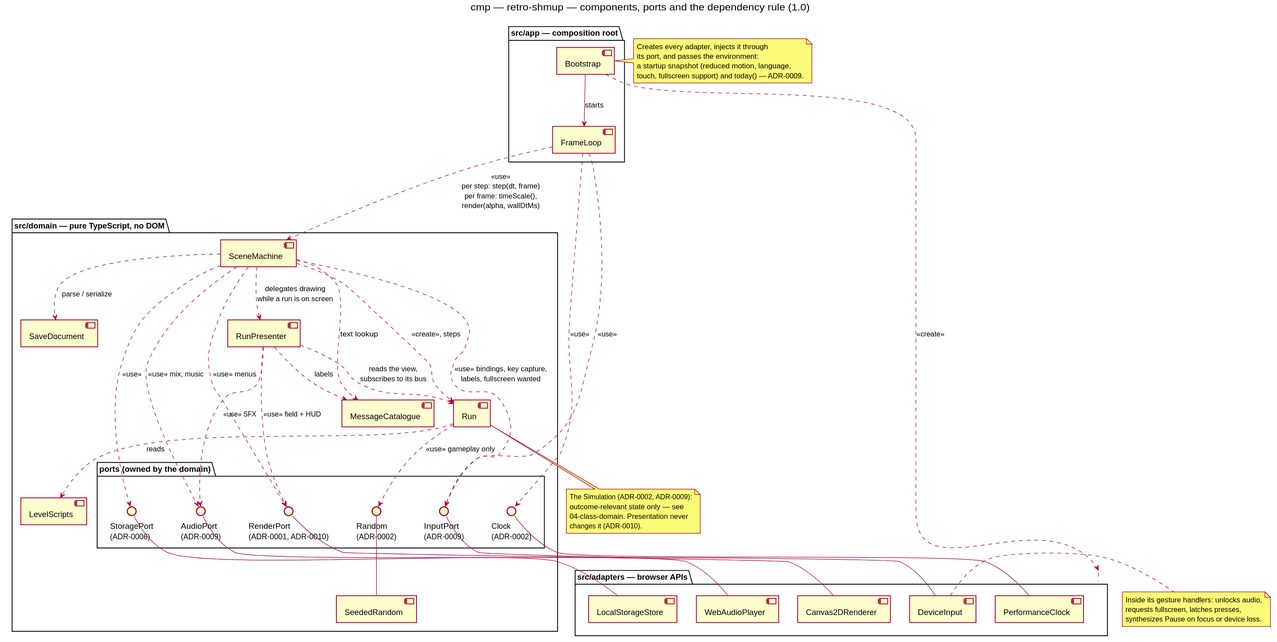
Above: docs/architecture/diagrams/system/03-component.svg in benoit-bremaud/retro-shmup (PlantUML), before the change.
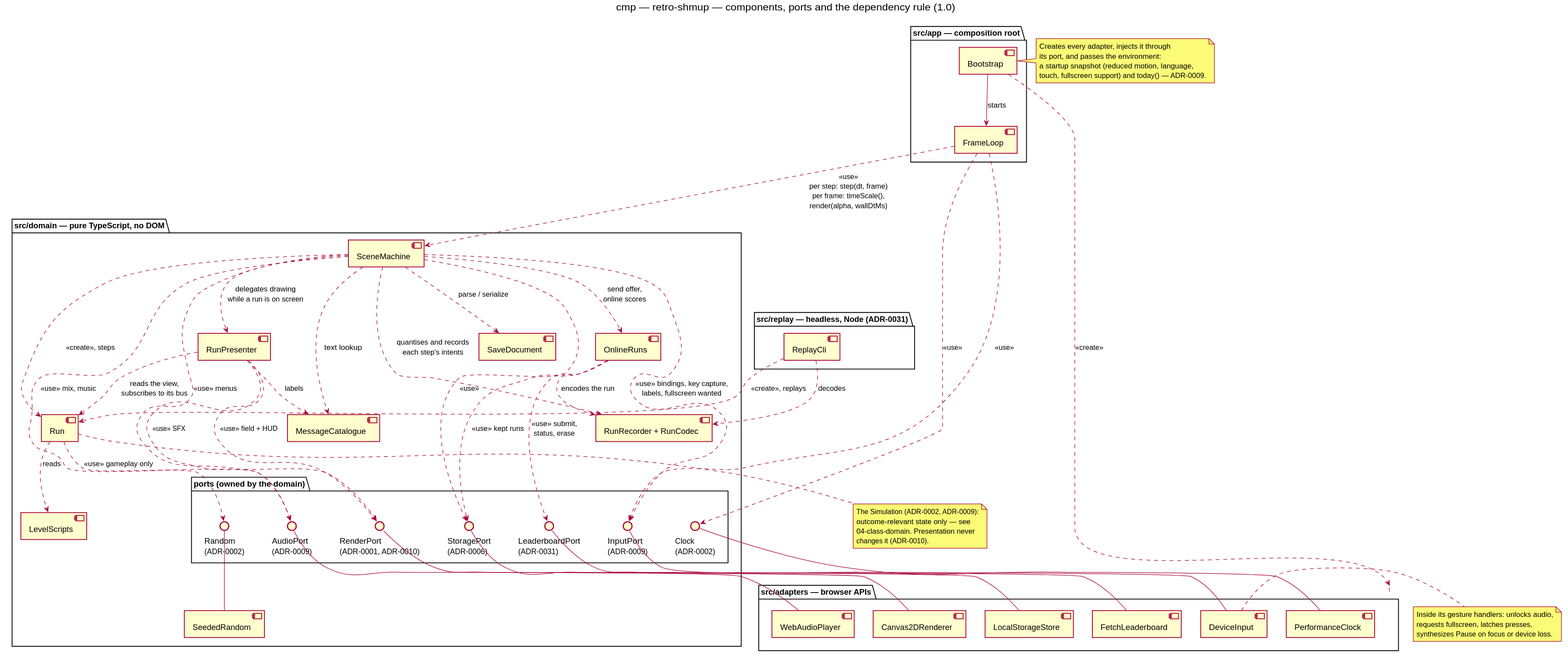
Later version of the same file.

Diff of the diagram source:
```diff
@@ -17,6 +17,8 @@
   [SaveDocument] as Save
   [MessageCatalogue] as I18n
   [SeededRandom] as Rng
+  [RunRecorder + RunCodec] as Recorder
+  [OnlineRuns] as Online
 
   package "ports (owned by the domain)" as Ports {
     interface "RenderPort\n(ADR-0001, ADR-0010)" as RenderPort
@@ -25,6 +27,7 @@
     interface "StoragePort\n(ADR-0006)" as StoragePort
     interface "Clock\n(ADR-0002)" as ClockPort
     interface "Random\n(ADR-0002)" as RandomPort
+    interface "LeaderboardPort\n(ADR-0031)" as LeaderboardPort
   }
 }
 
@@ -34,6 +37,11 @@
   [DeviceInput] as Input
   [LocalStorageStore] as LocalStore
   [PerformanceClock] as PerfClock
+  [FetchLeaderboard] as FetchLb
+}
+
+package "src/replay — headless, Node (ADR-0031)" as Replay {
+  [ReplayCli] as Cli
 }
 
 Boot --> Loop : starts
@@ -56,6 +64,13 @@
 Presenter ..> RenderPort : <<use>> field + HUD
 Presenter ..> AudioPort : <<use>> SFX
 Run ..> RandomPort : <<use>> gameplay only
+Scenes ..> Recorder : quantises and records\neach step's intents
+Scenes ..> Online : send offer,\nonline scores
+Online ..> Recorder : encodes the run
+Online ..> LeaderboardPort : <<use>> submit,\nstatus, erase
+Online ..> StoragePort : <<use>> kept runs
+Cli ..> Recorder : decodes
+Cli ..> Run : <<create>>, replays
 Rng -up- RandomPort
 
 Canvas -up- RenderPort
@@ -63,6 +78,7 @@
 Input -up- InputPort
 LocalStore -up- StoragePort
 PerfClock -up- ClockPort
+FetchLb -up- LeaderboardPort
 
 note right of Boot
   Creates every adapter, injects it through
```
